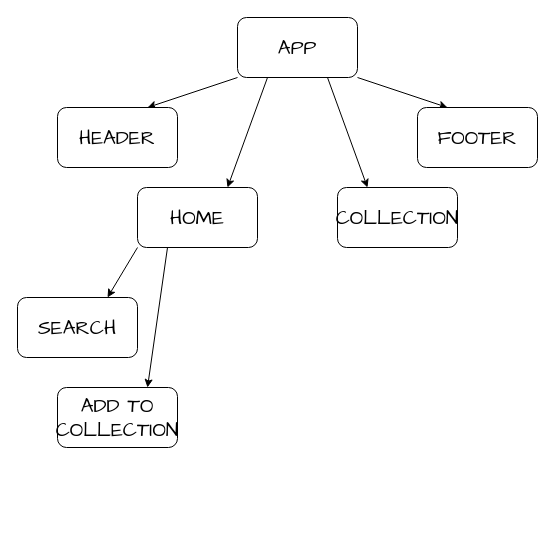
This is app-structure.drawio from jkworley/film-focused, a draw.io file, before an edit. Source tidied: cells renumbered, new cells numbered last; positions are measured from the earlier drawing's top-left corner, leaving out a move shared by most shapes. Both pictures are drawn from the tidied source at 100%, with x=0, y=0 at pixel (17, 17).
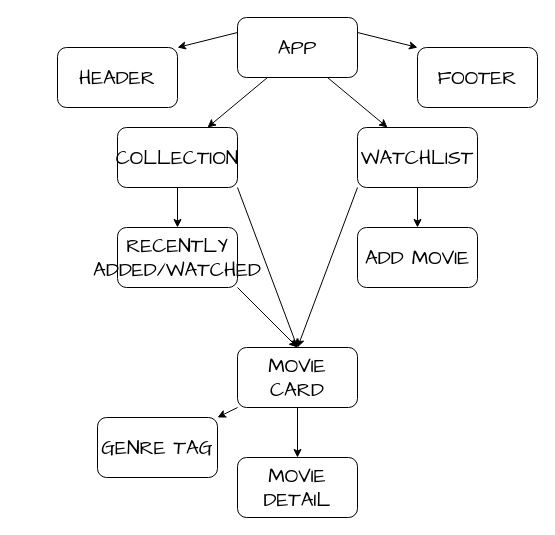
The same page after the edit.

Unchanged cells that the change refers to:
```xml
<mxCell id="6" value="APP" style="rounded=1;whiteSpace=wrap;html=1;fontFamily=Architects Daughter;fontSize=20;" parent="1" vertex="1">
  <mxGeometry x="220" width="120" height="60" as="geometry" />
</mxCell>
```

The edit, as a diff of the source:
```diff
@@
+    <mxCell id="4" style="edgeStyle=none;rounded=1;sketch=0;hachureGap=4;jiggle=2;curveFitting=1;html=1;exitX=0.25;exitY=1;exitDx=0;exitDy=0;entryX=0.75;entryY=0;entryDx=0;entryDy=0;fontFamily=Architects Daughter;fontSize=20;" parent="1" edge="1" source="6" target="11">
+      <mxGeometry relative="1" as="geometry" />
+    </mxCell>
+    <mxCell id="5" style="edgeStyle=none;rounded=1;sketch=0;hachureGap=4;jiggle=2;curveFitting=1;html=1;exitX=0.75;exitY=1;exitDx=0;exitDy=0;entryX=0.25;entryY=0;entryDx=0;entryDy=0;fontFamily=Architects Daughter;fontSize=20;" parent="1" edge="1" source="6" target="12">
+      <mxGeometry relative="1" as="geometry" />
+    </mxCell>
-    <mxCell id="2" style="edgeStyle=none;rounded=1;hachureGap=4;html=1;exitX=0;exitY=1;exitDx=0;exitDy=0;entryX=0.75;entryY=0;entryDx=0;entryDy=0;fontFamily=Architects Daughter;fontSize=20;" parent="1" edge="1" source="6" target="7">
+    <mxCell id="2" style="edgeStyle=none;sketch=0;hachureGap=4;jiggle=2;curveFitting=1;html=1;exitX=0;exitY=0.25;exitDx=0;exitDy=0;entryX=1;entryY=0;entryDx=0;entryDy=0;fontFamily=Architects Daughter;fontSize=16;" parent="1" edge="1" source="6" target="7">
       <mxGeometry relative="1" as="geometry" />
     </mxCell>
-    <mxCell id="3" style="edgeStyle=none;rounded=1;sketch=0;hachureGap=4;jiggle=2;curveFitting=1;html=1;exitX=1;exitY=1;exitDx=0;exitDy=0;entryX=0.25;entryY=0;entryDx=0;entryDy=0;fontFamily=Architects Daughter;fontSize=20;" parent="1" edge="1" source="6" target="8">
+    <mxCell id="3" style="edgeStyle=none;sketch=0;hachureGap=4;jiggle=2;curveFitting=1;html=1;exitX=1;exitY=0.25;exitDx=0;exitDy=0;entryX=0;entryY=0;entryDx=0;entryDy=0;fontFamily=Architects Daughter;fontSize=16;" parent="1" edge="1" source="6" target="8">
       <mxGeometry relative="1" as="geometry" />
     </mxCell>
-    <mxCell id="4" style="edgeStyle=none;rounded=1;sketch=0;hachureGap=4;jiggle=2;curveFitting=1;html=1;exitX=0.25;exitY=1;exitDx=0;exitDy=0;entryX=0.75;entryY=0;entryDx=0;entryDy=0;fontFamily=Architects Daughter;fontSize=20;" parent="1" edge="1" source="6" target="11">
-      <mxGeometry relative="1" as="geometry" />
-    </mxCell>
-    <mxCell id="5" style="edgeStyle=none;rounded=1;sketch=0;hachureGap=4;jiggle=2;curveFitting=1;html=1;exitX=0.75;exitY=1;exitDx=0;exitDy=0;entryX=0.25;entryY=0;entryDx=0;entryDy=0;fontFamily=Architects Daughter;fontSize=20;" parent="1" edge="1" source="6" target="12">
-      <mxGeometry relative="1" as="geometry" />
-    </mxCell>
@@
     <mxCell id="7" value="HEADER" style="rounded=1;whiteSpace=wrap;html=1;hachureGap=4;fontFamily=Architects Daughter;fontSize=20;" parent="1" vertex="1">
-      <mxGeometry x="40" y="90" width="120" height="60" as="geometry" />
+      <mxGeometry x="40" y="30" width="120" height="60" as="geometry" />
     </mxCell>
     <mxCell id="8" value="FOOTER" style="rounded=1;whiteSpace=wrap;html=1;sketch=0;hachureGap=4;jiggle=2;curveFitting=1;fontFamily=Architects Daughter;fontSize=20;" parent="1" vertex="1">
-      <mxGeometry x="400" y="90" width="120" height="60" as="geometry" />
+      <mxGeometry x="400" y="30" width="120" height="60" as="geometry" />
     </mxCell>
+    <mxCell id="10" style="edgeStyle=none;rounded=1;sketch=0;hachureGap=4;jiggle=2;curveFitting=1;html=1;exitX=0.5;exitY=1;exitDx=0;exitDy=0;entryX=0.5;entryY=0;entryDx=0;entryDy=0;fontFamily=Architects Daughter;fontSize=20;" parent="1" edge="1" source="12" target="14">
+      <mxGeometry relative="1" as="geometry" />
+    </mxCell>
+    <mxCell id="15" style="edgeStyle=none;sketch=0;hachureGap=4;jiggle=2;curveFitting=1;html=1;exitX=0.5;exitY=1;exitDx=0;exitDy=0;entryX=0.5;entryY=0;entryDx=0;entryDy=0;fontFamily=Architects Daughter;fontSize=16;" parent="1" edge="1" source="11" target="22">
+      <mxGeometry relative="1" as="geometry" />
+    </mxCell>
-    <mxCell id="9" style="edgeStyle=none;rounded=1;sketch=0;hachureGap=4;jiggle=2;curveFitting=1;html=1;exitX=0;exitY=1;exitDx=0;exitDy=0;entryX=0.75;entryY=0;entryDx=0;entryDy=0;fontFamily=Architects Daughter;fontSize=20;" parent="1" edge="1" source="11" target="13">
+    <mxCell id="9" style="edgeStyle=none;sketch=0;hachureGap=4;jiggle=2;curveFitting=1;html=1;exitX=1;exitY=1;exitDx=0;exitDy=0;entryX=0.5;entryY=0;entryDx=0;entryDy=0;fontFamily=Architects Daughter;fontSize=16;" parent="1" edge="1" source="11" target="13">
       <mxGeometry relative="1" as="geometry" />
     </mxCell>
-    <mxCell id="10" style="edgeStyle=none;rounded=1;sketch=0;hachureGap=4;jiggle=2;curveFitting=1;html=1;exitX=0.25;exitY=1;exitDx=0;exitDy=0;entryX=0.75;entryY=0;entryDx=0;entryDy=0;fontFamily=Architects Daughter;fontSize=20;" parent="1" edge="1" source="11" target="14">
-      <mxGeometry relative="1" as="geometry" />
-    </mxCell>
-    <mxCell id="11" value="HOME" style="rounded=1;whiteSpace=wrap;html=1;sketch=0;hachureGap=4;jiggle=2;curveFitting=1;fontFamily=Architects Daughter;fontSize=20;" parent="1" vertex="1">
-      <mxGeometry x="120" y="170" width="120" height="60" as="geometry" />
+    <mxCell id="11" value="COLLECTION" style="rounded=1;whiteSpace=wrap;html=1;sketch=0;hachureGap=4;jiggle=2;curveFitting=1;fontFamily=Architects Daughter;fontSize=20;" parent="1" vertex="1">
+      <mxGeometry x="100" y="110" width="120" height="60" as="geometry" />
     </mxCell>
+    <mxCell id="16" style="edgeStyle=none;sketch=0;hachureGap=4;jiggle=2;curveFitting=1;html=1;exitX=0;exitY=1;exitDx=0;exitDy=0;fontFamily=Architects Daughter;fontSize=16;" parent="1" edge="1" source="12">
+      <mxGeometry relative="1" as="geometry">
+        <mxPoint x="280" y="330" as="targetPoint" />
+      </mxGeometry>
+    </mxCell>
-    <mxCell id="12" value="COLLECTION" style="rounded=1;whiteSpace=wrap;html=1;sketch=0;hachureGap=4;jiggle=2;curveFitting=1;fontFamily=Architects Daughter;fontSize=20;" parent="1" vertex="1">
-      <mxGeometry x="320" y="170" width="120" height="60" as="geometry" />
+    <mxCell id="12" value="WATCHLIST" style="rounded=1;whiteSpace=wrap;html=1;sketch=0;hachureGap=4;jiggle=2;curveFitting=1;fontFamily=Architects Daughter;fontSize=20;" parent="1" vertex="1">
+      <mxGeometry x="340" y="110" width="120" height="60" as="geometry" />
     </mxCell>
+    <mxCell id="17" style="edgeStyle=none;sketch=0;hachureGap=4;jiggle=2;curveFitting=1;html=1;exitX=0.5;exitY=1;exitDx=0;exitDy=0;entryX=0.5;entryY=0;entryDx=0;entryDy=0;fontFamily=Architects Daughter;fontSize=16;" parent="1" edge="1" source="13" target="20">
+      <mxGeometry relative="1" as="geometry" />
+    </mxCell>
+    <mxCell id="18" style="edgeStyle=none;sketch=0;hachureGap=4;jiggle=2;curveFitting=1;html=1;exitX=0;exitY=1;exitDx=0;exitDy=0;fontFamily=Architects Daughter;fontSize=16;" parent="1" edge="1" source="13" target="19">
+      <mxGeometry relative="1" as="geometry" />
+    </mxCell>
-    <mxCell id="13" value="SEARCH" style="rounded=1;whiteSpace=wrap;html=1;sketch=0;hachureGap=4;jiggle=2;curveFitting=1;fontFamily=Architects Daughter;fontSize=20;" parent="1" vertex="1">
-      <mxGeometry y="280" width="120" height="60" as="geometry" />
+    <mxCell id="13" value="MOVIE CARD" style="rounded=1;whiteSpace=wrap;html=1;sketch=0;hachureGap=4;jiggle=2;curveFitting=1;fontFamily=Architects Daughter;fontSize=20;" parent="1" vertex="1">
+      <mxGeometry x="220" y="330" width="120" height="60" as="geometry" />
     </mxCell>
-    <mxCell id="14" value="ADD TO COLLECTION" style="rounded=1;whiteSpace=wrap;html=1;sketch=0;hachureGap=4;jiggle=2;curveFitting=1;fontFamily=Architects Daughter;fontSize=20;" parent="1" vertex="1">
-      <mxGeometry x="40" y="370" width="120" height="60" as="geometry" />
+    <mxCell id="14" value="ADD MOVIE" style="rounded=1;whiteSpace=wrap;html=1;sketch=0;hachureGap=4;jiggle=2;curveFitting=1;fontFamily=Architects Daughter;fontSize=20;" parent="1" vertex="1">
+      <mxGeometry x="340" y="210" width="120" height="60" as="geometry" />
     </mxCell>
+    <mxCell id="19" value="GENRE TAG" style="rounded=1;whiteSpace=wrap;html=1;sketch=0;hachureGap=4;jiggle=2;curveFitting=1;fontFamily=Architects Daughter;fontSize=20;" parent="1" vertex="1">
+      <mxGeometry x="80" y="400" width="120" height="60" as="geometry" />
+    </mxCell>
+    <mxCell id="20" value="MOVIE DETAIL" style="rounded=1;whiteSpace=wrap;html=1;sketch=0;hachureGap=4;jiggle=2;curveFitting=1;fontFamily=Architects Daughter;fontSize=20;" parent="1" vertex="1">
+      <mxGeometry x="220" y="440" width="120" height="60" as="geometry" />
+    </mxCell>
+    <mxCell id="21" style="edgeStyle=none;sketch=0;hachureGap=4;jiggle=2;curveFitting=1;html=1;exitX=1;exitY=1;exitDx=0;exitDy=0;entryX=0.5;entryY=0;entryDx=0;entryDy=0;fontFamily=Architects Daughter;fontSize=16;" parent="1" edge="1" source="22" target="13">
+      <mxGeometry relative="1" as="geometry" />
+    </mxCell>
+    <mxCell id="22" value="RECENTLY ADDED/WATCHED" style="rounded=1;whiteSpace=wrap;html=1;sketch=0;hachureGap=4;jiggle=2;curveFitting=1;fontFamily=Architects Daughter;fontSize=20;" parent="1" vertex="1">
+      <mxGeometry x="100" y="210" width="120" height="60" as="geometry" />
+    </mxCell>
```
